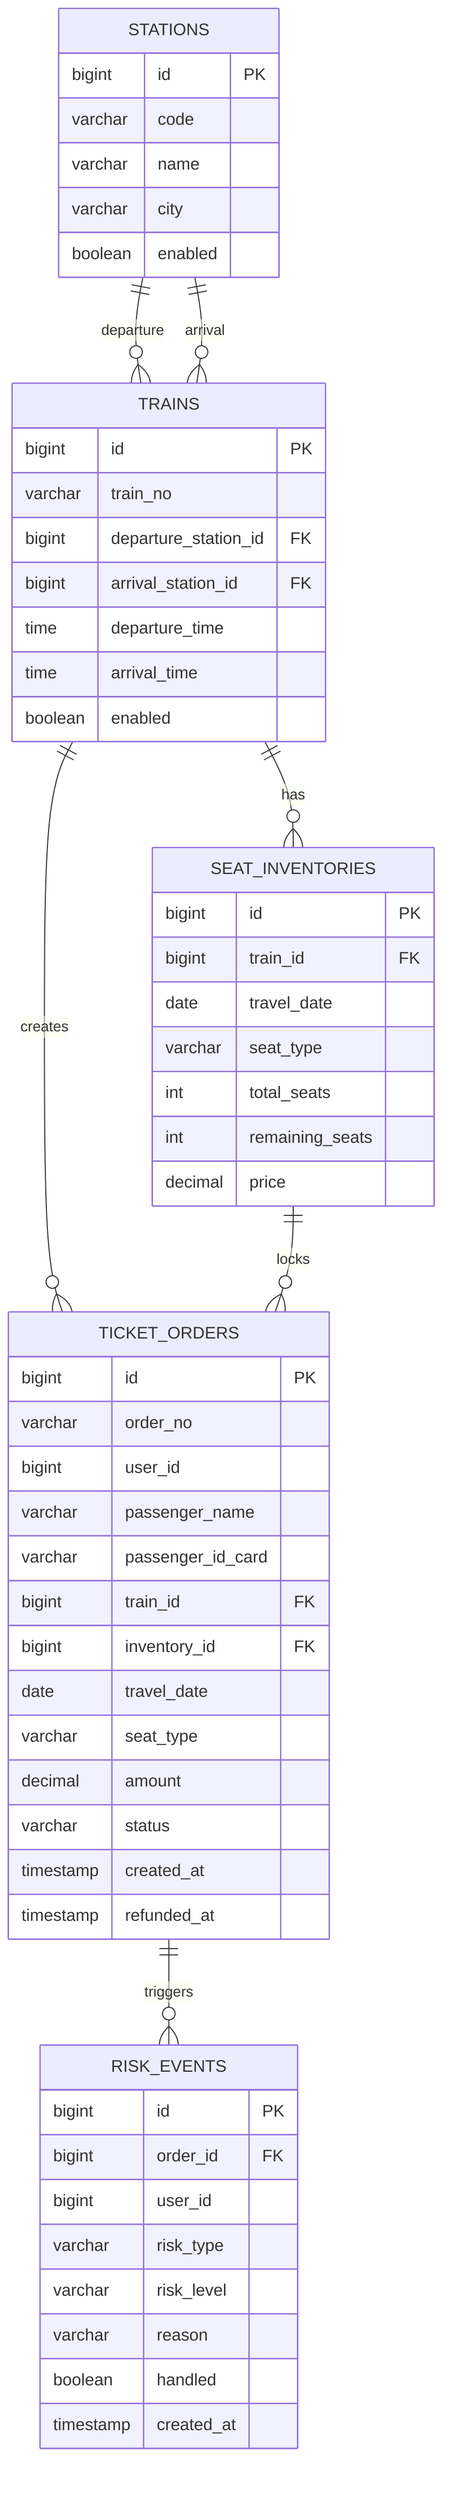
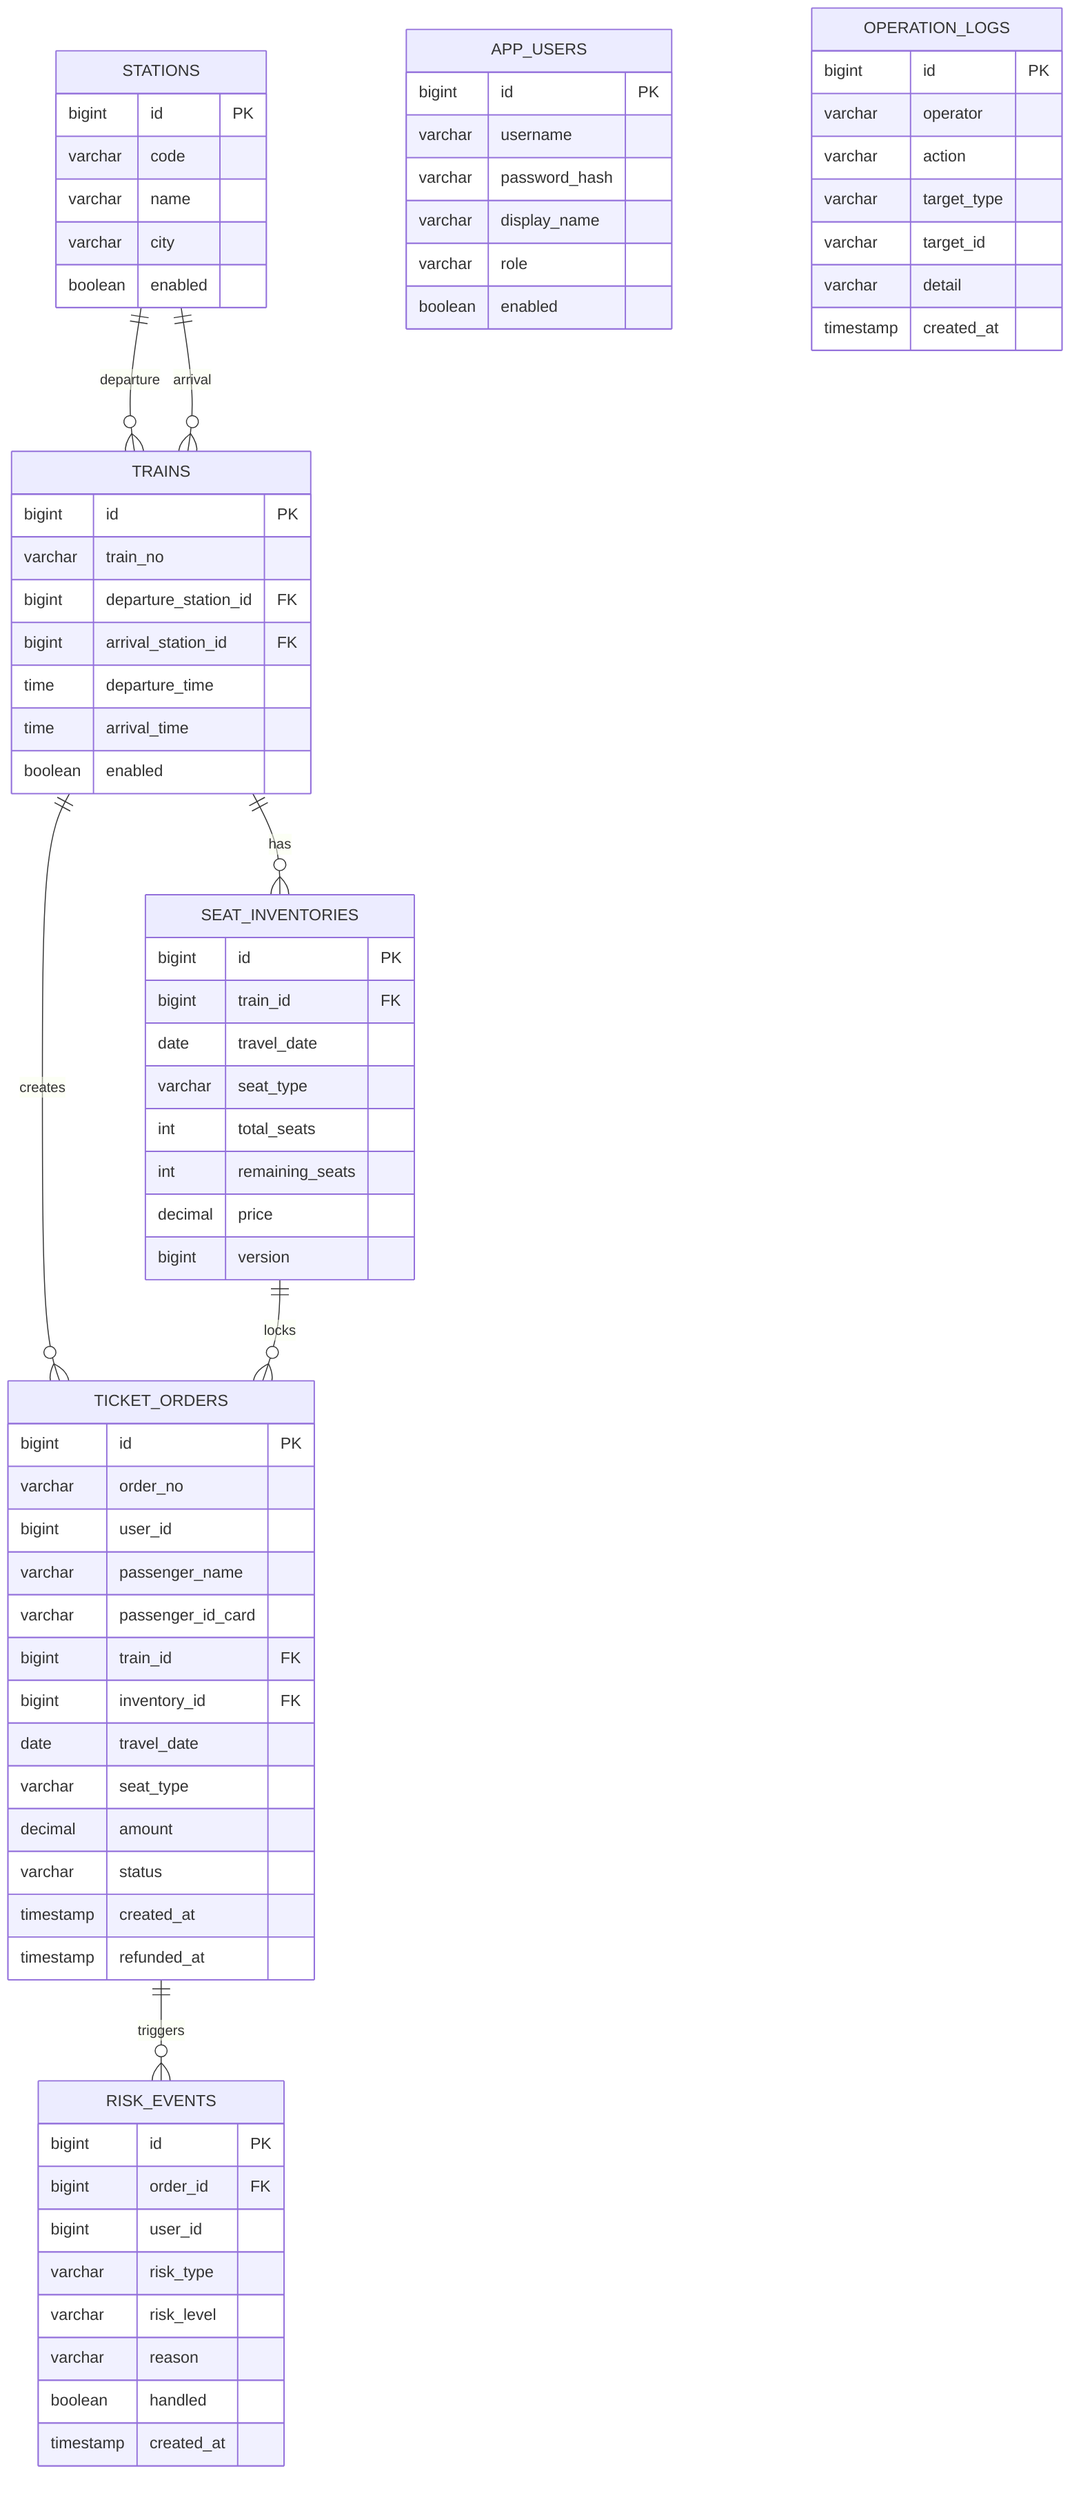
erDiagram
    STATIONS ||--o{ TRAINS : departure
    STATIONS ||--o{ TRAINS : arrival
    TRAINS ||--o{ SEAT_INVENTORIES : has
    TRAINS ||--o{ TICKET_ORDERS : creates
    SEAT_INVENTORIES ||--o{ TICKET_ORDERS : locks
    TICKET_ORDERS ||--o{ RISK_EVENTS : triggers
+ 
+     APP_USERS {
+         bigint id PK
+         varchar username
+         varchar password_hash
+         varchar display_name
+         varchar role
+         boolean enabled
+     }

    STATIONS {
        bigint id PK
        varchar code
        varchar name
        varchar city
        boolean enabled
    }

    TRAINS {
        bigint id PK
        varchar train_no
        bigint departure_station_id FK
        bigint arrival_station_id FK
        time departure_time
        time arrival_time
        boolean enabled
    }

    SEAT_INVENTORIES {
        bigint id PK
        bigint train_id FK
        date travel_date
        varchar seat_type
        int total_seats
        int remaining_seats
        decimal price
+         bigint version
    }

    TICKET_ORDERS {
        bigint id PK
        varchar order_no
        bigint user_id
        varchar passenger_name
        varchar passenger_id_card
        bigint train_id FK
        bigint inventory_id FK
        date travel_date
        varchar seat_type
        decimal amount
        varchar status
        timestamp created_at
        timestamp refunded_at
    }

    RISK_EVENTS {
        bigint id PK
        bigint order_id FK
        bigint user_id
        varchar risk_type
        varchar risk_level
        varchar reason
        boolean handled
        timestamp created_at
    }
+ 
+     OPERATION_LOGS {
+         bigint id PK
+         varchar operator
+         varchar action
+         varchar target_type
+         varchar target_id
+         varchar detail
+         timestamp created_at
+     }
